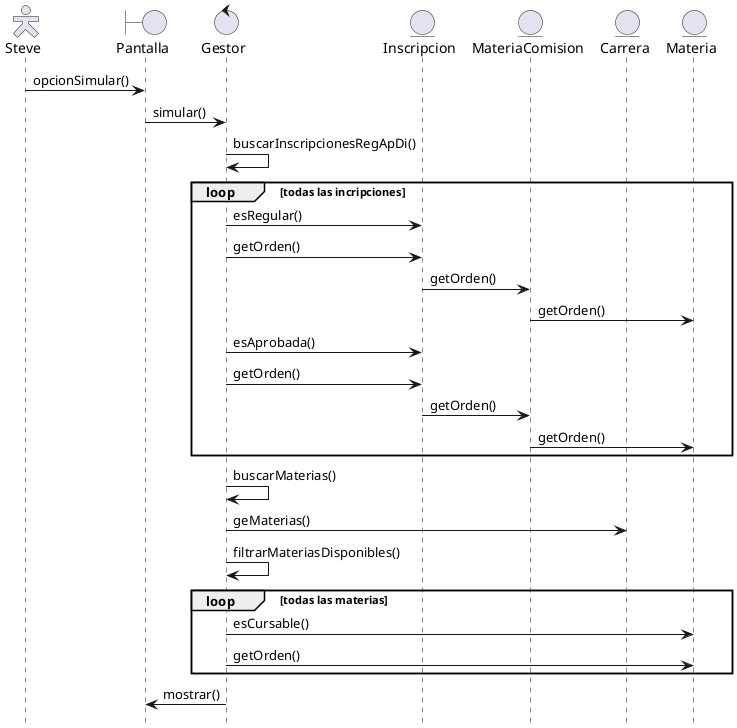
This is Documentation/UTNEZ_Secuencia-SimularCorrelativas.png from EmilianoM7/UTN_EZ, a PlantUML export, as it was before one commit. Its diagram source:
```plantuml
@startuml


skinparam actorStyle Hollow
hide footbox


actor Steve as A
boundary Pantalla as P
control Gestor as G
entity Inscripcion as I
entity MateriaComision as MC
entity Carrera as C
entity Materia as M


A -> P : opcionSimular()
P -> G : simular()
G -> G : buscarInscripcionesRegApDi()

loop todas las incripciones
    G -> I : esRegular()
    G -> I : getOrden()
    I -> MC : getOrden()
    MC -> M : getOrden()

    G -> I : esAprobada()
    G -> I : getOrden()
    I -> MC : getOrden()
    MC -> M : getOrden()
end

G -> G : buscarMaterias()
G -> C : geMaterias()
G -> G : filtrarMateriasDisponibles()

loop todas las materias
    G -> M : esCursable()
    G -> M : getOrden()
end

G -> P : mostrar()

@enduml
```
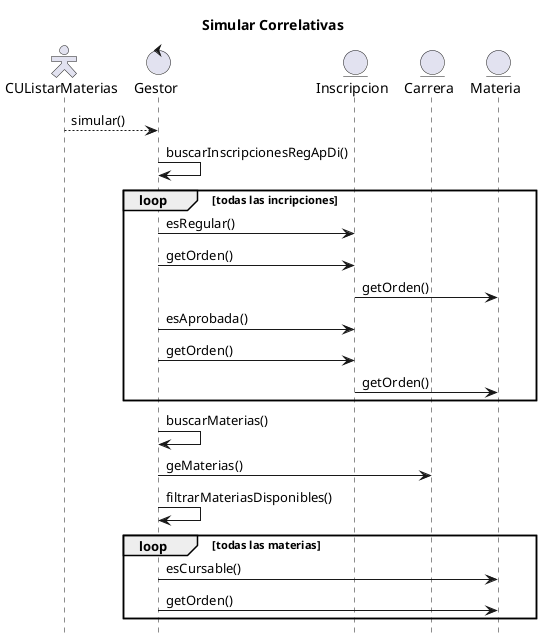
Above is the later version.

Change to the diagram source:
```diff
@@ -5,29 +5,25 @@
 hide footbox
 
 
-actor Steve as A
-boundary Pantalla as P
+title "Simular Correlativas"
+
+actor CUListarMaterias as CU
 control Gestor as G
 entity Inscripcion as I
-entity MateriaComision as MC
 entity Carrera as C
 entity Materia as M
 
-
-A -> P : opcionSimular()
-P -> G : simular()
+CU --> G : simular()
 G -> G : buscarInscripcionesRegApDi()
 
 loop todas las incripciones
     G -> I : esRegular()
     G -> I : getOrden()
-    I -> MC : getOrden()
-    MC -> M : getOrden()
+    I -> M : getOrden()
 
     G -> I : esAprobada()
     G -> I : getOrden()
-    I -> MC : getOrden()
-    MC -> M : getOrden()
+    I -> M : getOrden()
 end
 
 G -> G : buscarMaterias()
@@ -39,6 +35,4 @@
     G -> M : getOrden()
 end
 
-G -> P : mostrar()
-
 @enduml
```
